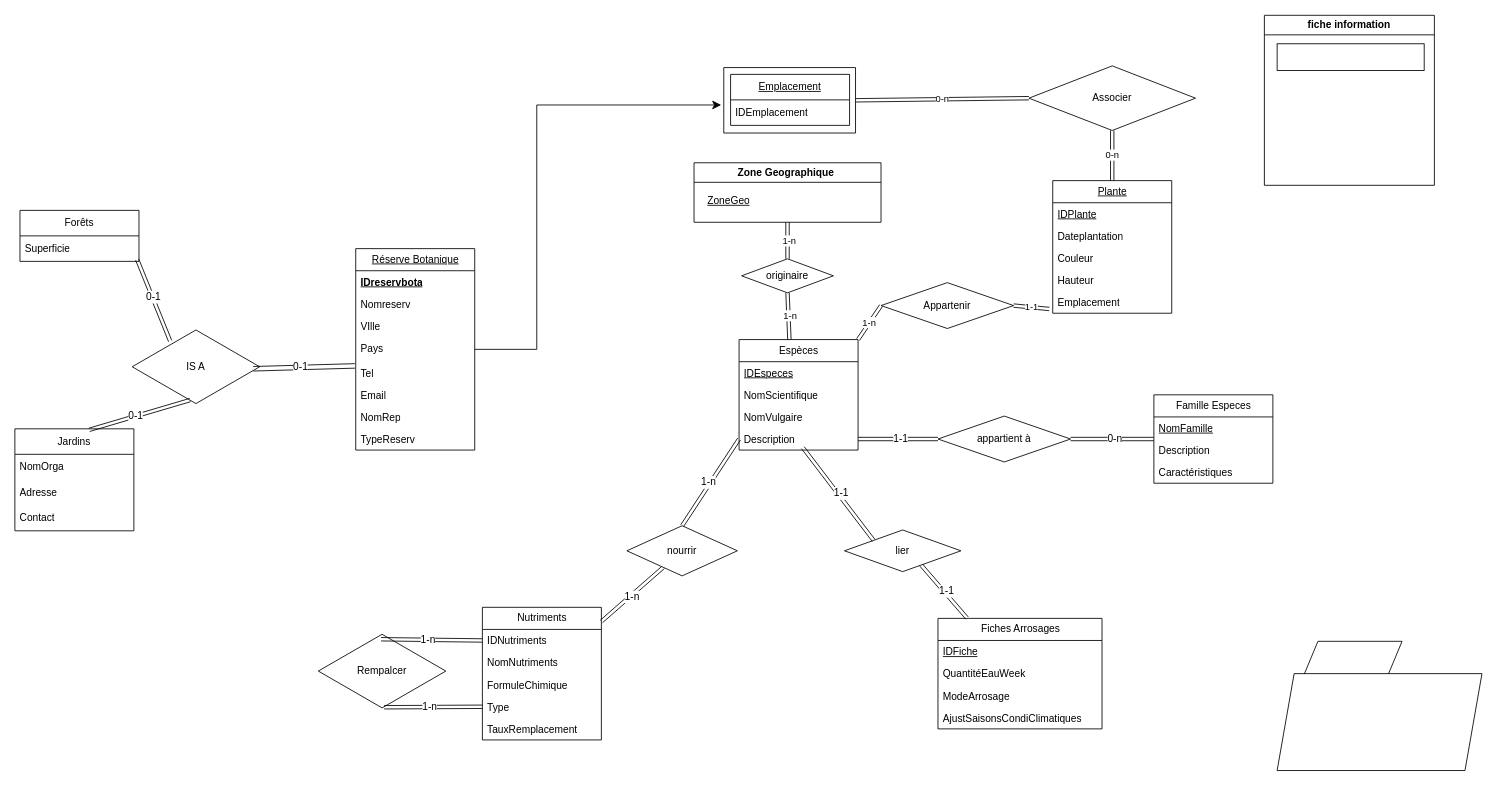
This is SAE3/Untitled Diagram.drawio from korasrar/Work, a draw.io file, before an edit. Source tidied: cells renumbered, new cells numbered last; positions are measured from the earlier drawing's top-left corner, leaving out a move shared by most shapes. Both pictures are drawn from the tidied source at 85%, with x=0, y=0 at pixel (14, 14).
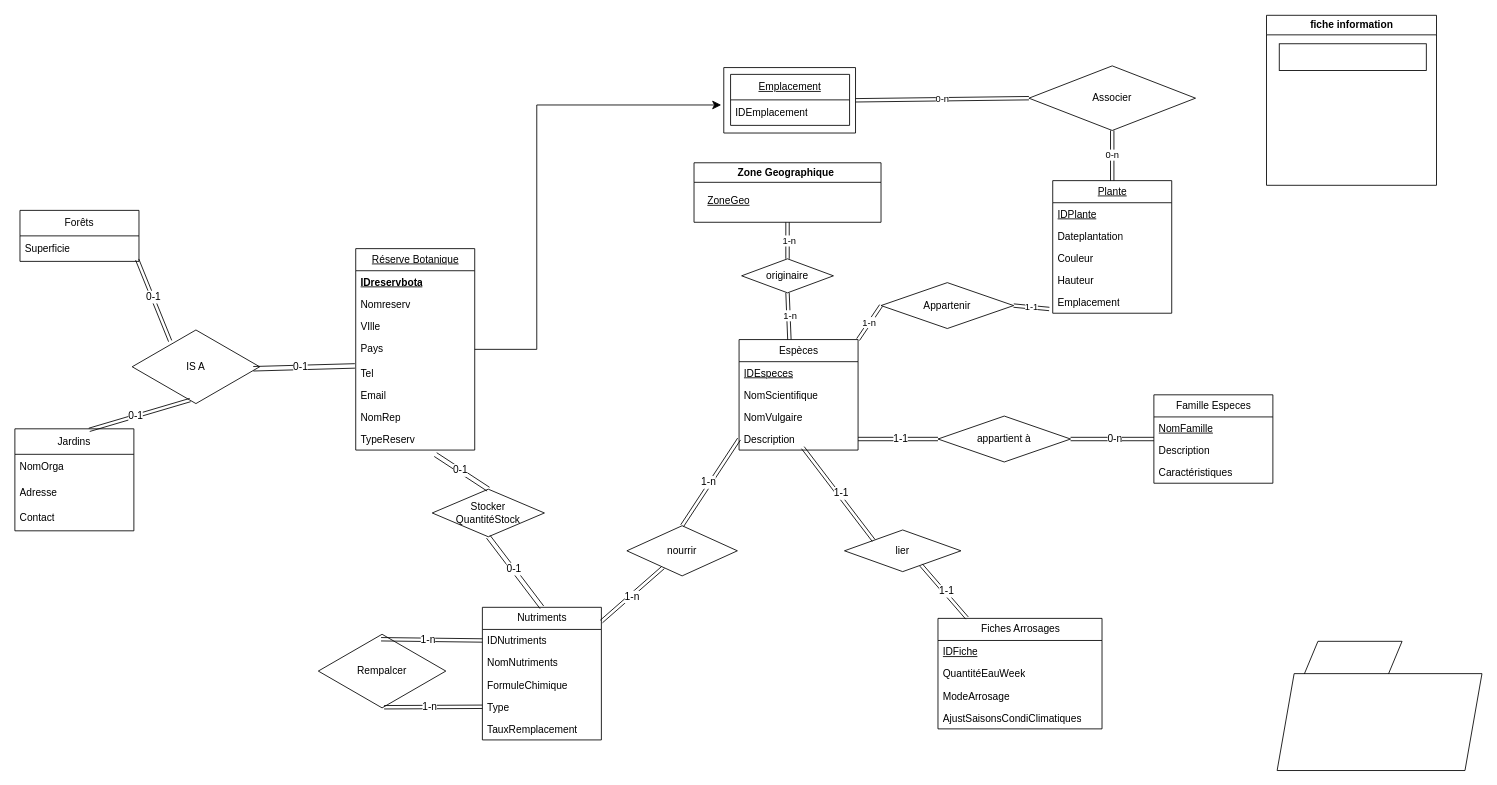
After the change.

Commit message:
Mettre à jour Untitled Diagram.drawio

Unchanged cells that the change refers to:
```xml
<mxCell id="10" value="TypeReserv" style="text;strokeColor=none;fillColor=none;align=left;verticalAlign=top;spacingLeft=4;spacingRight=4;overflow=hidden;points=[[0,0.5],[1,0.5]];portConstraint=eastwest;whiteSpace=wrap;html=1;" parent="2" vertex="1">
  <mxGeometry y="211" width="140" height="26" as="geometry" />
</mxCell>
<mxCell id="31" value="Nutriments" style="swimlane;fontStyle=0;horizontal=1;startSize=26;fillColor=none;html=1;" parent="1" vertex="1">
  <mxGeometry x="550" y="697" width="140" height="156" as="geometry" />
</mxCell>
```

Change to the diagram source:
```diff
@@
     <mxCell id="87" value="fiche information" style="swimlane;whiteSpace=wrap;html=1;" parent="1" vertex="1">
-      <mxGeometry x="1470" y="0.5" width="200" height="200" as="geometry" />
+      <mxGeometry x="1472.5" y="0.5" width="200" height="200" as="geometry" />
     </mxCell>
@@
+    <mxCell id="93" value="Stocker&lt;div&gt;&lt;div&gt;QuantitéStock&lt;/div&gt;&lt;/div&gt;" style="rhombus;whiteSpace=wrap;html=1;" parent="1" vertex="1">
+      <mxGeometry x="491" y="558" width="132" height="56" as="geometry" />
+    </mxCell>
+    <mxCell id="94" style="shape=link;html=1;rounded=0;fontSize=12;startSize=8;endSize=8;curved=1;width=-5.294117647058823;exitX=0.67;exitY=1.204;exitDx=0;exitDy=0;exitPerimeter=0;entryX=0.5;entryY=0;entryDx=0;entryDy=0;" parent="1" edge="1" source="10" target="93">
+      <mxGeometry relative="1" as="geometry" />
+    </mxCell>
+    <mxCell id="95" value="0-1" style="edgeLabel;html=1;align=center;verticalAlign=middle;fontSize=12;" parent="94" vertex="1">
+      <mxGeometry x="-0.08" y="1" relative="1" as="geometry" />
+    </mxCell>
+    <mxCell id="96" style="shape=link;html=1;rounded=0;fontSize=12;startSize=8;endSize=8;curved=1;width=-5.294117647058823;exitX=0.5;exitY=1;exitDx=0;exitDy=0;entryX=0.5;entryY=0;entryDx=0;entryDy=0;" parent="1" edge="1" source="93" target="31">
+      <mxGeometry relative="1" as="geometry" />
+    </mxCell>
+    <mxCell id="97" value="0-1" style="edgeLabel;html=1;align=center;verticalAlign=middle;fontSize=12;" parent="96" vertex="1">
+      <mxGeometry x="-0.08" y="1" relative="1" as="geometry" />
+    </mxCell>
```
